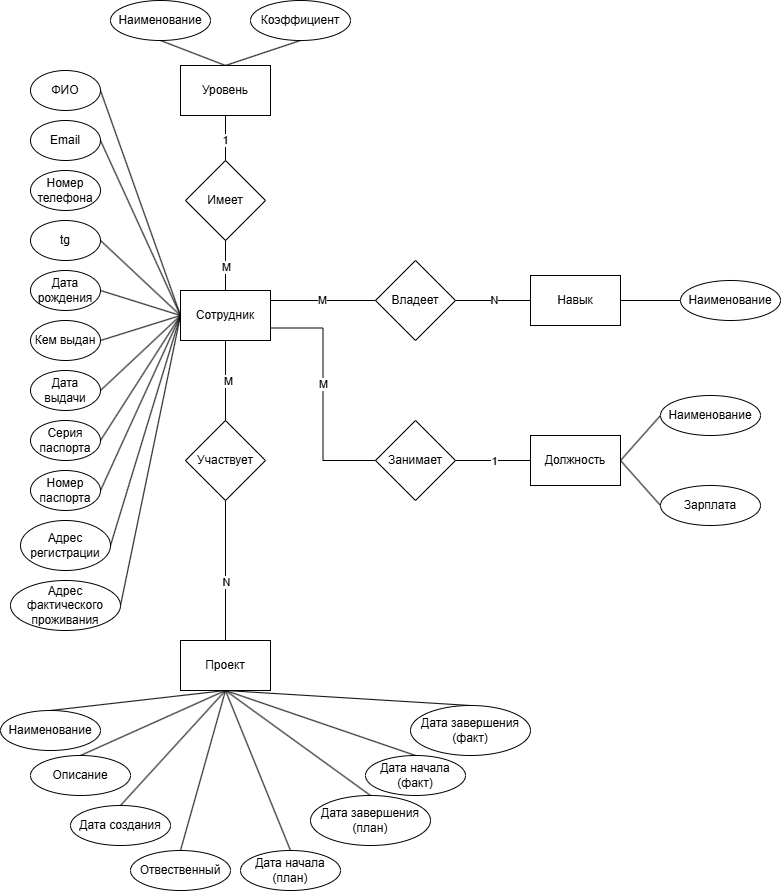
The draw.io diagram ERD/erd.drawio.png in Jamurrr/WF-Spravochnik, before a commit. Source tidied: cells renumbered, new cells last; positions are measured from the earlier drawing's top-left corner, leaving out a move shared by most shapes. Its diagram source:
```xml
<mxGraphModel>
  <root>
    <mxCell id="0" />
    <mxCell id="1" parent="0" />
    <mxCell id="2" style="rounded=0;jettySize=auto;html=1;exitX=0;exitY=0.5;exitDx=0;exitDy=0;entryX=1;entryY=0.5;entryDx=0;entryDy=0;endArrow=none;endFill=0;" parent="1" edge="1" source="17" target="18">
      <mxGeometry relative="1" as="geometry" />
    </mxCell>
    <mxCell id="3" style="rounded=0;jettySize=auto;html=1;exitX=0;exitY=0.5;exitDx=0;exitDy=0;entryX=1;entryY=0.5;entryDx=0;entryDy=0;endArrow=none;endFill=0;" parent="1" edge="1" source="17" target="20">
      <mxGeometry relative="1" as="geometry" />
    </mxCell>
    <mxCell id="4" style="rounded=0;jettySize=auto;html=1;exitX=0;exitY=0.5;exitDx=0;exitDy=0;entryX=1;entryY=0.5;entryDx=0;entryDy=0;endArrow=none;endFill=0;" parent="1" edge="1" source="17" target="21">
      <mxGeometry relative="1" as="geometry" />
    </mxCell>
    <mxCell id="5" style="rounded=0;jettySize=auto;html=1;exitX=0;exitY=0.5;exitDx=0;exitDy=0;entryX=1;entryY=0.5;entryDx=0;entryDy=0;endArrow=none;endFill=0;" parent="1" edge="1" source="17" target="23">
      <mxGeometry relative="1" as="geometry" />
    </mxCell>
    <mxCell id="6" style="rounded=0;jettySize=auto;html=1;exitX=0;exitY=0.5;exitDx=0;exitDy=0;entryX=1;entryY=0.5;entryDx=0;entryDy=0;endArrow=none;endFill=0;" parent="1" edge="1" source="17" target="24">
      <mxGeometry relative="1" as="geometry" />
    </mxCell>
    <mxCell id="7" style="rounded=0;jettySize=auto;html=1;exitX=0;exitY=0.5;exitDx=0;exitDy=0;entryX=1;entryY=0.5;entryDx=0;entryDy=0;endArrow=none;endFill=0;" parent="1" edge="1" source="17" target="27">
      <mxGeometry relative="1" as="geometry" />
    </mxCell>
    <mxCell id="8" style="rounded=0;jettySize=auto;html=1;exitX=0;exitY=0.5;exitDx=0;exitDy=0;entryX=1;entryY=0.5;entryDx=0;entryDy=0;endArrow=none;endFill=0;" parent="1" edge="1" source="17" target="22">
      <mxGeometry relative="1" as="geometry" />
    </mxCell>
    <mxCell id="9" style="rounded=0;jettySize=auto;html=1;exitX=0;exitY=0.5;exitDx=0;exitDy=0;entryX=1;entryY=0.5;entryDx=0;entryDy=0;endArrow=none;endFill=0;" parent="1" edge="1" source="17" target="25">
      <mxGeometry relative="1" as="geometry" />
    </mxCell>
    <mxCell id="10" style="rounded=0;jettySize=auto;html=1;exitX=0;exitY=0.5;exitDx=0;exitDy=0;entryX=1;entryY=0.5;entryDx=0;entryDy=0;endArrow=none;endFill=0;" parent="1" edge="1" source="17" target="26">
      <mxGeometry relative="1" as="geometry" />
    </mxCell>
    <mxCell id="11" style="rounded=0;jettySize=auto;html=1;exitX=1;exitY=0.2;exitDx=0;exitDy=0;entryX=0;entryY=0.5;entryDx=0;entryDy=0;endArrow=none;endFill=0;exitPerimeter=0;" parent="1" edge="1" source="17" target="54">
      <mxGeometry relative="1" as="geometry" />
    </mxCell>
    <mxCell id="12" value="M" style="edgeLabel;html=1;align=center;verticalAlign=middle;" parent="11" vertex="1">
      <mxGeometry x="-0.03" y="1" relative="1" as="geometry" />
    </mxCell>
    <mxCell id="13" style="rounded=0;jettySize=auto;html=1;exitX=0.5;exitY=0;exitDx=0;exitDy=0;entryX=0.5;entryY=1;entryDx=0;entryDy=0;endArrow=none;endFill=0;" parent="1" edge="1" source="17" target="58">
      <mxGeometry relative="1" as="geometry" />
    </mxCell>
    <mxCell id="14" value="M" style="edgeLabel;html=1;align=center;verticalAlign=middle;" parent="13" vertex="1">
      <mxGeometry x="-0.04" relative="1" as="geometry" />
    </mxCell>
    <mxCell id="15" style="edgeStyle=orthogonalEdgeStyle;rounded=0;jettySize=auto;html=1;exitX=1;exitY=0.75;exitDx=0;exitDy=0;entryX=0;entryY=0.5;entryDx=0;entryDy=0;endArrow=none;endFill=0;" parent="1" edge="1" source="17" target="66">
      <mxGeometry relative="1" as="geometry" />
    </mxCell>
    <mxCell id="16" value="M" style="edgeLabel;html=1;align=center;verticalAlign=middle;" parent="15" vertex="1">
      <mxGeometry x="-0.09" relative="1" as="geometry" />
    </mxCell>
    <mxCell id="17" value="Сотрудник" style="rounded=0;whiteSpace=wrap;html=1;" parent="1" vertex="1">
      <mxGeometry x="180" y="290" width="90" height="50" as="geometry" />
    </mxCell>
    <mxCell id="18" value="ФИО" style="ellipse;whiteSpace=wrap;html=1;" parent="1" vertex="1">
      <mxGeometry x="30" y="70" width="70" height="40" as="geometry" />
    </mxCell>
    <mxCell id="19" value="Email" style="ellipse;whiteSpace=wrap;html=1;" parent="1" vertex="1">
      <mxGeometry x="30" y="120" width="70" height="40" as="geometry" />
    </mxCell>
    <mxCell id="20" value="tg" style="ellipse;whiteSpace=wrap;html=1;" parent="1" vertex="1">
      <mxGeometry x="30" y="220" width="70" height="40" as="geometry" />
    </mxCell>
    <mxCell id="21" value="Дата рождения" style="ellipse;whiteSpace=wrap;html=1;" parent="1" vertex="1">
      <mxGeometry x="30" y="270" width="70" height="40" as="geometry" />
    </mxCell>
    <mxCell id="22" value="Номер паспорта" style="ellipse;whiteSpace=wrap;html=1;" parent="1" vertex="1">
      <mxGeometry x="30" y="470" width="70" height="40" as="geometry" />
    </mxCell>
    <mxCell id="23" value="Кем выдан" style="ellipse;whiteSpace=wrap;html=1;" parent="1" vertex="1">
      <mxGeometry x="30" y="320" width="70" height="40" as="geometry" />
    </mxCell>
    <mxCell id="24" value="Дата выдачи" style="ellipse;whiteSpace=wrap;html=1;" parent="1" vertex="1">
      <mxGeometry x="30" y="370" width="70" height="40" as="geometry" />
    </mxCell>
    <mxCell id="25" value="Адрес регистрации" style="ellipse;whiteSpace=wrap;html=1;" parent="1" vertex="1">
      <mxGeometry x="20" y="520" width="90" height="50" as="geometry" />
    </mxCell>
    <mxCell id="26" value="Адрес фактического проживания" style="ellipse;whiteSpace=wrap;html=1;" parent="1" vertex="1">
      <mxGeometry x="10" y="580" width="110" height="50" as="geometry" />
    </mxCell>
    <mxCell id="27" value="Серия паспорта" style="ellipse;whiteSpace=wrap;html=1;" parent="1" vertex="1">
      <mxGeometry x="30" y="420" width="70" height="40" as="geometry" />
    </mxCell>
    <mxCell id="28" style="endArrow=none;html=1;rounded=0;exitX=0;exitY=0.5;exitDx=0;exitDy=0;entryX=1;entryY=0.5;entryDx=0;entryDy=0;" parent="1" edge="1" source="17" target="19">
      <mxGeometry relative="1" as="geometry" />
    </mxCell>
    <mxCell id="29" style="rounded=0;jettySize=auto;html=1;exitX=0.5;exitY=0;exitDx=0;exitDy=0;entryX=0.5;entryY=1;entryDx=0;entryDy=0;endArrow=none;endFill=0;" parent="1" edge="1" source="31" target="17">
      <mxGeometry relative="1" as="geometry" />
    </mxCell>
    <mxCell id="30" value="M" style="edgeLabel;html=1;align=center;verticalAlign=middle;" parent="29" vertex="1">
      <mxGeometry x="0.12" y="-2" relative="1" as="geometry">
        <mxPoint y="5" as="offset" />
      </mxGeometry>
    </mxCell>
    <mxCell id="31" value="Участвует" style="rhombus;whiteSpace=wrap;html=1;" parent="1" vertex="1">
      <mxGeometry x="185" y="420" width="80" height="80" as="geometry" />
    </mxCell>
    <mxCell id="32" style="rounded=0;jettySize=auto;html=1;exitX=0.5;exitY=0;exitDx=0;exitDy=0;entryX=0.5;entryY=1;entryDx=0;entryDy=0;endArrow=none;endFill=0;" parent="1" edge="1" source="41" target="31">
      <mxGeometry relative="1" as="geometry" />
    </mxCell>
    <mxCell id="33" value="N" style="edgeLabel;html=1;align=center;verticalAlign=middle;" parent="32" vertex="1">
      <mxGeometry x="-0.16" relative="1" as="geometry" />
    </mxCell>
    <mxCell id="34" style="rounded=0;jettySize=auto;html=1;exitX=0.5;exitY=1;exitDx=0;exitDy=0;entryX=0.5;entryY=0;entryDx=0;entryDy=0;endArrow=none;endFill=0;" parent="1" edge="1" target="43">
      <mxGeometry relative="1" as="geometry">
        <mxPoint x="225" y="690" as="sourcePoint" />
      </mxGeometry>
    </mxCell>
    <mxCell id="35" style="rounded=0;jettySize=auto;html=1;exitX=0.5;exitY=1;exitDx=0;exitDy=0;entryX=0.5;entryY=0;entryDx=0;entryDy=0;endArrow=none;endFill=0;" parent="1" edge="1" target="44">
      <mxGeometry relative="1" as="geometry">
        <mxPoint x="225" y="690" as="sourcePoint" />
      </mxGeometry>
    </mxCell>
    <mxCell id="36" style="rounded=0;jettySize=auto;html=1;exitX=0.5;exitY=1;exitDx=0;exitDy=0;entryX=0.5;entryY=0;entryDx=0;entryDy=0;endArrow=none;endFill=0;" parent="1" edge="1" target="45">
      <mxGeometry relative="1" as="geometry">
        <mxPoint x="225" y="690" as="sourcePoint" />
      </mxGeometry>
    </mxCell>
    <mxCell id="37" style="rounded=0;jettySize=auto;html=1;exitX=0.5;exitY=1;exitDx=0;exitDy=0;entryX=0.5;entryY=0;entryDx=0;entryDy=0;endArrow=none;endFill=0;" parent="1" edge="1" target="46">
      <mxGeometry relative="1" as="geometry">
        <mxPoint x="225" y="690" as="sourcePoint" />
      </mxGeometry>
    </mxCell>
    <mxCell id="38" style="rounded=0;jettySize=auto;html=1;exitX=0.5;exitY=1;exitDx=0;exitDy=0;entryX=0.5;entryY=0;entryDx=0;entryDy=0;endArrow=none;endFill=0;" parent="1" edge="1" target="47">
      <mxGeometry relative="1" as="geometry">
        <mxPoint x="225" y="690" as="sourcePoint" />
      </mxGeometry>
    </mxCell>
    <mxCell id="39" style="rounded=0;jettySize=auto;html=1;exitX=0.5;exitY=1;exitDx=0;exitDy=0;entryX=0.5;entryY=0;entryDx=0;entryDy=0;endArrow=none;endFill=0;" parent="1" edge="1" target="48">
      <mxGeometry relative="1" as="geometry">
        <mxPoint x="225" y="690" as="sourcePoint" />
      </mxGeometry>
    </mxCell>
    <mxCell id="40" style="rounded=0;jettySize=auto;html=1;exitX=0.5;exitY=1;exitDx=0;exitDy=0;entryX=0.5;entryY=0;entryDx=0;entryDy=0;endArrow=none;endFill=0;" parent="1" edge="1" target="49">
      <mxGeometry relative="1" as="geometry">
        <mxPoint x="225" y="690" as="sourcePoint" />
      </mxGeometry>
    </mxCell>
    <mxCell id="41" value="Проект" style="rounded=0;whiteSpace=wrap;html=1;" parent="1" vertex="1">
      <mxGeometry x="180" y="640" width="90" height="50" as="geometry" />
    </mxCell>
    <mxCell id="42" value="Номер телефона" style="ellipse;whiteSpace=wrap;html=1;" parent="1" vertex="1">
      <mxGeometry x="30" y="170" width="70" height="40" as="geometry" />
    </mxCell>
    <mxCell id="43" value="Наименование" style="ellipse;whiteSpace=wrap;html=1;" parent="1" vertex="1">
      <mxGeometry y="710" width="100" height="40" as="geometry" />
    </mxCell>
    <mxCell id="44" value="Описание" style="ellipse;whiteSpace=wrap;html=1;" parent="1" vertex="1">
      <mxGeometry x="30" y="755" width="100" height="40" as="geometry" />
    </mxCell>
    <mxCell id="45" value="Дата создания" style="ellipse;whiteSpace=wrap;html=1;" parent="1" vertex="1">
      <mxGeometry x="70" y="805" width="100" height="40" as="geometry" />
    </mxCell>
    <mxCell id="46" value="Дата начала (план)" style="ellipse;whiteSpace=wrap;html=1;" parent="1" vertex="1">
      <mxGeometry x="240" y="850" width="100" height="40" as="geometry" />
    </mxCell>
    <mxCell id="47" value="Дата завершения (план)" style="ellipse;whiteSpace=wrap;html=1;" parent="1" vertex="1">
      <mxGeometry x="310" y="795" width="120" height="50" as="geometry" />
    </mxCell>
    <mxCell id="48" value="Дата начала (факт)" style="ellipse;whiteSpace=wrap;html=1;" parent="1" vertex="1">
      <mxGeometry x="365" y="755" width="100" height="40" as="geometry" />
    </mxCell>
    <mxCell id="49" value="Дата завершения (факт)" style="ellipse;whiteSpace=wrap;html=1;" parent="1" vertex="1">
      <mxGeometry x="410" y="705" width="120" height="50" as="geometry" />
    </mxCell>
    <mxCell id="50" style="rounded=0;jettySize=auto;html=1;exitX=1;exitY=0.5;exitDx=0;exitDy=0;entryX=0;entryY=0.5;entryDx=0;entryDy=0;endArrow=none;endFill=0;" parent="1" edge="1" source="51" target="55">
      <mxGeometry relative="1" as="geometry" />
    </mxCell>
    <mxCell id="51" value="Навык" style="rounded=0;whiteSpace=wrap;html=1;" parent="1" vertex="1">
      <mxGeometry x="530" y="275" width="90" height="50" as="geometry" />
    </mxCell>
    <mxCell id="52" style="rounded=0;jettySize=auto;html=1;exitX=1;exitY=0.5;exitDx=0;exitDy=0;entryX=0;entryY=0.5;entryDx=0;entryDy=0;endArrow=none;endFill=0;" parent="1" edge="1" source="54" target="51">
      <mxGeometry relative="1" as="geometry" />
    </mxCell>
    <mxCell id="53" value="N" style="edgeLabel;html=1;align=center;verticalAlign=middle;" parent="52" vertex="1">
      <mxGeometry x="0.01" y="1" relative="1" as="geometry" />
    </mxCell>
    <mxCell id="54" value="Владеет" style="rhombus;whiteSpace=wrap;html=1;" parent="1" vertex="1">
      <mxGeometry x="375" y="260" width="80" height="80" as="geometry" />
    </mxCell>
    <mxCell id="55" value="Наименование" style="ellipse;whiteSpace=wrap;html=1;" parent="1" vertex="1">
      <mxGeometry x="680" y="280" width="100" height="40" as="geometry" />
    </mxCell>
    <mxCell id="56" style="rounded=0;jettySize=auto;html=1;exitX=0.5;exitY=0;exitDx=0;exitDy=0;entryX=0.5;entryY=1;entryDx=0;entryDy=0;endArrow=none;endFill=0;" parent="1" edge="1" source="58" target="61">
      <mxGeometry relative="1" as="geometry" />
    </mxCell>
    <mxCell id="57" value="1" style="edgeLabel;html=1;align=center;verticalAlign=middle;" parent="56" vertex="1">
      <mxGeometry x="-0.08" y="1" relative="1" as="geometry" />
    </mxCell>
    <mxCell id="58" value="Имеет" style="rhombus;whiteSpace=wrap;html=1;" parent="1" vertex="1">
      <mxGeometry x="185" y="160" width="80" height="80" as="geometry" />
    </mxCell>
    <mxCell id="59" style="rounded=0;jettySize=auto;html=1;exitX=0.5;exitY=0;exitDx=0;exitDy=0;entryX=0.5;entryY=1;entryDx=0;entryDy=0;endArrow=none;endFill=0;" parent="1" edge="1" source="61" target="63">
      <mxGeometry relative="1" as="geometry" />
    </mxCell>
    <mxCell id="60" style="rounded=0;jettySize=auto;html=1;exitX=0.5;exitY=0;exitDx=0;exitDy=0;entryX=0.5;entryY=1;entryDx=0;entryDy=0;endArrow=none;endFill=0;" parent="1" edge="1" source="61" target="62">
      <mxGeometry relative="1" as="geometry" />
    </mxCell>
    <mxCell id="61" value="Уровень" style="rounded=0;whiteSpace=wrap;html=1;" parent="1" vertex="1">
      <mxGeometry x="180" y="65" width="90" height="50" as="geometry" />
    </mxCell>
    <mxCell id="62" value="Наименование" style="ellipse;whiteSpace=wrap;html=1;" parent="1" vertex="1">
      <mxGeometry x="110" width="100" height="40" as="geometry" />
    </mxCell>
    <mxCell id="63" value="Коэффициент" style="ellipse;whiteSpace=wrap;html=1;" parent="1" vertex="1">
      <mxGeometry x="250" width="100" height="40" as="geometry" />
    </mxCell>
    <mxCell id="64" style="rounded=0;jettySize=auto;html=1;exitX=1;exitY=0.5;exitDx=0;exitDy=0;entryX=0;entryY=0.5;entryDx=0;entryDy=0;endArrow=none;endFill=0;" parent="1" edge="1" source="66" target="69">
      <mxGeometry relative="1" as="geometry" />
    </mxCell>
    <mxCell id="65" value="1" style="edgeLabel;html=1;align=center;verticalAlign=middle;" parent="64" vertex="1">
      <mxGeometry relative="1" as="geometry" />
    </mxCell>
    <mxCell id="66" value="Занимает" style="rhombus;whiteSpace=wrap;html=1;" parent="1" vertex="1">
      <mxGeometry x="375" y="420" width="80" height="80" as="geometry" />
    </mxCell>
    <mxCell id="67" style="rounded=0;jettySize=auto;html=1;exitX=1;exitY=0.5;exitDx=0;exitDy=0;entryX=0;entryY=0.5;entryDx=0;entryDy=0;endArrow=none;endFill=0;" parent="1" edge="1" source="69" target="70">
      <mxGeometry relative="1" as="geometry" />
    </mxCell>
    <mxCell id="68" style="rounded=0;jettySize=auto;html=1;exitX=1;exitY=0.5;exitDx=0;exitDy=0;entryX=0;entryY=0.5;entryDx=0;entryDy=0;endArrow=none;endFill=0;" parent="1" edge="1" source="69" target="71">
      <mxGeometry relative="1" as="geometry" />
    </mxCell>
    <mxCell id="69" value="Должность" style="rounded=0;whiteSpace=wrap;html=1;" parent="1" vertex="1">
      <mxGeometry x="530" y="435" width="90" height="50" as="geometry" />
    </mxCell>
    <mxCell id="70" value="Наименование" style="ellipse;whiteSpace=wrap;html=1;" parent="1" vertex="1">
      <mxGeometry x="660" y="395" width="100" height="40" as="geometry" />
    </mxCell>
    <mxCell id="71" value="Зарплата" style="ellipse;whiteSpace=wrap;html=1;" parent="1" vertex="1">
      <mxGeometry x="660" y="485" width="100" height="40" as="geometry" />
    </mxCell>
    <mxCell id="72" style="rounded=0;jettySize=auto;html=1;exitX=0.5;exitY=0;exitDx=0;exitDy=0;entryX=0.5;entryY=1;entryDx=0;entryDy=0;endArrow=none;endFill=0;" parent="1" edge="1" source="73">
      <mxGeometry relative="1" as="geometry">
        <mxPoint x="225" y="690" as="targetPoint" />
      </mxGeometry>
    </mxCell>
    <mxCell id="73" value="Отвественный" style="ellipse;whiteSpace=wrap;html=1;" parent="1" vertex="1">
      <mxGeometry x="130" y="850" width="100" height="40" as="geometry" />
    </mxCell>
  </root>
</mxGraphModel>
```
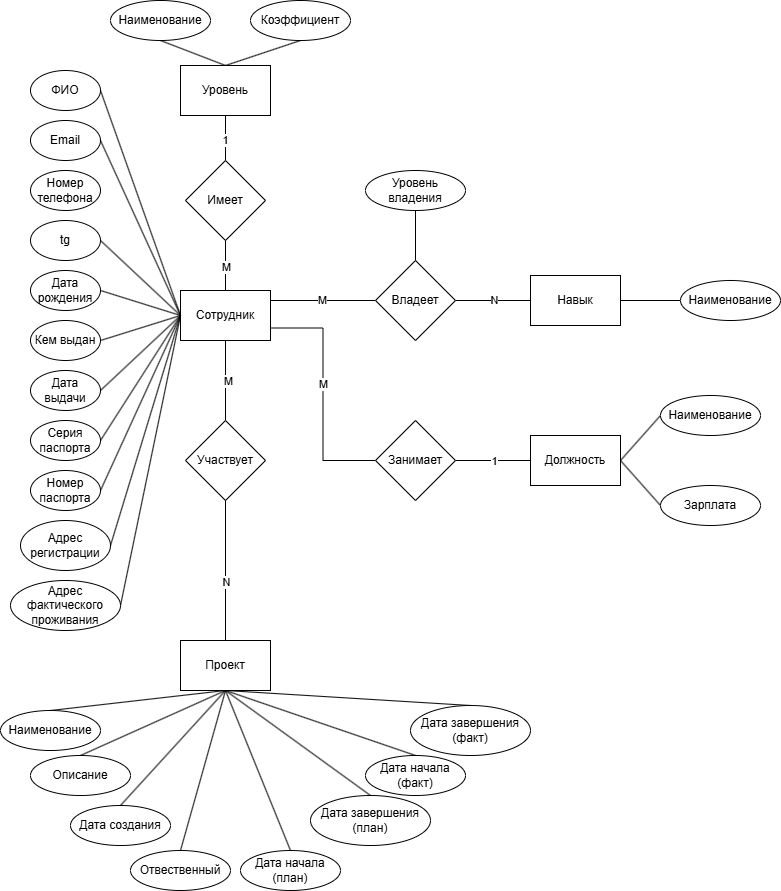
Above is the later version.

Diff of the diagram source:
```diff
@@ -174,6 +174,9 @@
     <mxCell id="53" value="N" style="edgeLabel;html=1;align=center;verticalAlign=middle;" parent="52" vertex="1">
       <mxGeometry x="0.01" y="1" relative="1" as="geometry" />
     </mxCell>
+    <mxCell id="74" style="edgeStyle=orthogonalEdgeStyle;rounded=0;jettySize=auto;html=1;exitX=0.5;exitY=0;exitDx=0;exitDy=0;entryX=0.5;entryY=1;entryDx=0;entryDy=0;endArrow=none;endFill=0;" parent="1" edge="1" source="54" target="75">
+      <mxGeometry relative="1" as="geometry" />
+    </mxCell>
     <mxCell id="54" value="Владеет" style="rhombus;whiteSpace=wrap;html=1;" parent="1" vertex="1">
       <mxGeometry x="375" y="260" width="80" height="80" as="geometry" />
     </mxCell>
@@ -236,5 +239,8 @@
     <mxCell id="73" value="Отвественный" style="ellipse;whiteSpace=wrap;html=1;" parent="1" vertex="1">
       <mxGeometry x="130" y="850" width="100" height="40" as="geometry" />
     </mxCell>
+    <mxCell id="75" value="Уровень владения" style="ellipse;whiteSpace=wrap;html=1;" parent="1" vertex="1">
+      <mxGeometry x="365" y="170" width="100" height="40" as="geometry" />
+    </mxCell>
   </root>
 </mxGraphModel>
```
